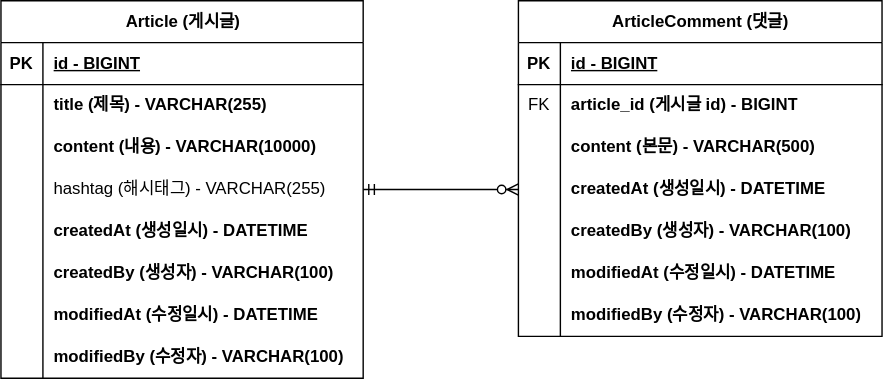
The draw.io diagram document/project-board-erd.svg in Hwangseoeun/fastcampus-project-board, before a commit. Source tidied: cells renumbered, new cells last; positions are measured from the earlier drawing's top-left corner, leaving out a move shared by most shapes.
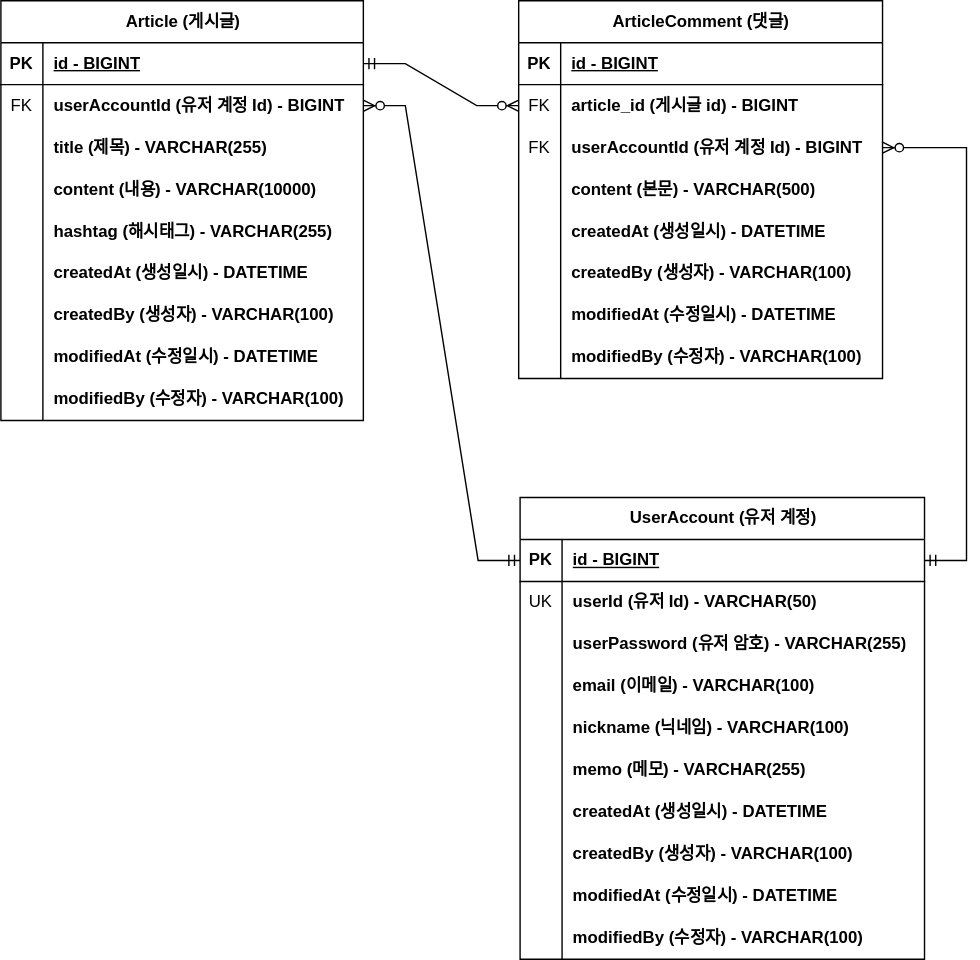
After the commit.

Commit message:
project-board-erd.svg 도메인 수정

Change to the diagram source:
```diff
@@ -3,7 +3,7 @@
     <mxCell id="0" />
     <mxCell id="1" parent="0" />
     <mxCell id="2" value="Article (게시글)" style="shape=table;startSize=30;rowLines=0;fontStyle=1;align=center;html=1;" parent="1" vertex="1">
-      <mxGeometry width="259" height="270" as="geometry" />
+      <mxGeometry width="259" height="300" as="geometry" />
     </mxCell>
     <mxCell id="3" style="shape=tableRow;horizontal=0;startSize=0;swimlaneHead=0;swimlaneBody=0;fillColor=none;points=[[0,0.5],[1,0.5]];portConstraint=eastwest;top=0;left=0;right=0;bottom=1;" parent="2" vertex="1">
       <mxGeometry y="30" width="259" height="30" as="geometry" />
@@ -14,8 +14,17 @@
     <mxCell id="5" value="id - BIGINT" style="shape=partialRectangle;fillColor=none;top=0;left=0;bottom=0;right=0;align=left;spacingLeft=6;fontStyle=5;overflow=hidden;whiteSpace=wrap;html=1;" parent="3" vertex="1">
       <mxGeometry x="30" width="229" height="30" as="geometry" />
     </mxCell>
+    <mxCell id="50" style="shape=tableRow;horizontal=0;startSize=0;swimlaneHead=0;swimlaneBody=0;fillColor=none;points=[[0,0.5],[1,0.5]];portConstraint=eastwest;top=0;left=0;right=0;bottom=0;" parent="2" vertex="1">
+      <mxGeometry y="60" width="259" height="30" as="geometry" />
+    </mxCell>
+    <mxCell id="51" value="FK" style="shape=partialRectangle;fillColor=none;top=0;left=0;bottom=0;right=0;overflow=hidden;whiteSpace=wrap;html=1;" parent="50" vertex="1">
+      <mxGeometry width="30" height="30" as="geometry" />
+    </mxCell>
+    <mxCell id="52" value="userAccountId (유저 계정 Id) - BIGINT" style="shape=partialRectangle;fillColor=none;top=0;left=0;bottom=0;right=0;align=left;spacingLeft=6;overflow=hidden;whiteSpace=wrap;html=1;fontStyle=1;" parent="50" vertex="1">
+      <mxGeometry x="30" width="229" height="30" as="geometry" />
+    </mxCell>
     <mxCell id="6" style="shape=tableRow;horizontal=0;startSize=0;swimlaneHead=0;swimlaneBody=0;fillColor=none;top=0;left=0;right=0;bottom=0;" parent="2" vertex="1">
-      <mxGeometry y="60" width="259" height="30" as="geometry" />
+      <mxGeometry y="90" width="259" height="30" as="geometry" />
     </mxCell>
     <mxCell id="7" style="shape=partialRectangle;fillColor=none;top=0;left=0;bottom=0;right=0;overflow=hidden;whiteSpace=wrap;html=1;" parent="6" vertex="1">
       <mxGeometry width="30" height="30" as="geometry" />
@@ -24,7 +33,7 @@
       <mxGeometry x="30" width="229" height="30" as="geometry" />
     </mxCell>
     <mxCell id="9" style="shape=tableRow;horizontal=0;startSize=0;swimlaneHead=0;swimlaneBody=0;fillColor=none;top=0;left=0;right=0;bottom=0;" parent="2" vertex="1">
-      <mxGeometry y="90" width="259" height="30" as="geometry" />
+      <mxGeometry y="120" width="259" height="30" as="geometry" />
     </mxCell>
     <mxCell id="10" style="shape=partialRectangle;fillColor=none;top=0;left=0;bottom=0;right=0;overflow=hidden;whiteSpace=wrap;html=1;" parent="9" vertex="1">
       <mxGeometry width="30" height="30" as="geometry" />
@@ -33,16 +42,16 @@
       <mxGeometry x="30" width="229" height="30" as="geometry" />
     </mxCell>
     <mxCell id="12" style="shape=tableRow;horizontal=0;startSize=0;swimlaneHead=0;swimlaneBody=0;fillColor=none;points=[[0,0.5],[1,0.5]];portConstraint=eastwest;top=0;left=0;right=0;bottom=0;" parent="2" vertex="1">
-      <mxGeometry y="120" width="259" height="30" as="geometry" />
+      <mxGeometry y="150" width="259" height="30" as="geometry" />
     </mxCell>
     <mxCell id="13" style="shape=partialRectangle;fillColor=none;top=0;left=0;bottom=0;right=0;overflow=hidden;whiteSpace=wrap;html=1;" parent="12" vertex="1">
       <mxGeometry width="30" height="30" as="geometry" />
     </mxCell>
-    <mxCell id="14" value="hashtag (해시태그) - VARCHAR(255)" style="shape=partialRectangle;fillColor=none;top=0;left=0;bottom=0;right=0;align=left;spacingLeft=6;overflow=hidden;whiteSpace=wrap;html=1;" parent="12" vertex="1">
+    <mxCell id="14" value="&lt;b&gt;hashtag (해시태그) - VARCHAR(255)&lt;/b&gt;" style="shape=partialRectangle;fillColor=none;top=0;left=0;bottom=0;right=0;align=left;spacingLeft=6;overflow=hidden;whiteSpace=wrap;html=1;" parent="12" vertex="1">
       <mxGeometry x="30" width="229" height="30" as="geometry" />
     </mxCell>
     <mxCell id="15" style="shape=tableRow;horizontal=0;startSize=0;swimlaneHead=0;swimlaneBody=0;fillColor=none;top=0;left=0;right=0;bottom=0;" parent="2" vertex="1">
-      <mxGeometry y="150" width="259" height="30" as="geometry" />
+      <mxGeometry y="180" width="259" height="30" as="geometry" />
     </mxCell>
     <mxCell id="16" style="shape=partialRectangle;fillColor=none;top=0;left=0;bottom=0;right=0;overflow=hidden;whiteSpace=wrap;html=1;" parent="15" vertex="1">
       <mxGeometry width="30" height="30" as="geometry" />
@@ -51,7 +60,7 @@
       <mxGeometry x="30" width="229" height="30" as="geometry" />
     </mxCell>
     <mxCell id="18" style="shape=tableRow;horizontal=0;startSize=0;swimlaneHead=0;swimlaneBody=0;fillColor=none;top=0;left=0;right=0;bottom=0;" parent="2" vertex="1">
-      <mxGeometry y="180" width="259" height="30" as="geometry" />
+      <mxGeometry y="210" width="259" height="30" as="geometry" />
     </mxCell>
     <mxCell id="19" style="shape=partialRectangle;fillColor=none;top=0;left=0;bottom=0;right=0;overflow=hidden;whiteSpace=wrap;html=1;" parent="18" vertex="1">
       <mxGeometry width="30" height="30" as="geometry" />
@@ -60,7 +69,7 @@
       <mxGeometry x="30" width="229" height="30" as="geometry" />
     </mxCell>
     <mxCell id="21" style="shape=tableRow;horizontal=0;startSize=0;swimlaneHead=0;swimlaneBody=0;fillColor=none;top=0;left=0;right=0;bottom=0;" parent="2" vertex="1">
-      <mxGeometry y="210" width="259" height="30" as="geometry" />
+      <mxGeometry y="240" width="259" height="30" as="geometry" />
     </mxCell>
     <mxCell id="22" style="shape=partialRectangle;fillColor=none;top=0;left=0;bottom=0;right=0;overflow=hidden;whiteSpace=wrap;html=1;" parent="21" vertex="1">
       <mxGeometry width="30" height="30" as="geometry" />
@@ -69,7 +78,7 @@
       <mxGeometry x="30" width="229" height="30" as="geometry" />
     </mxCell>
     <mxCell id="24" style="shape=tableRow;horizontal=0;startSize=0;swimlaneHead=0;swimlaneBody=0;fillColor=none;top=0;left=0;right=0;bottom=0;" parent="2" vertex="1">
-      <mxGeometry y="240" width="259" height="30" as="geometry" />
+      <mxGeometry y="270" width="259" height="30" as="geometry" />
     </mxCell>
     <mxCell id="25" style="shape=partialRectangle;fillColor=none;top=0;left=0;bottom=0;right=0;overflow=hidden;whiteSpace=wrap;html=1;" parent="24" vertex="1">
       <mxGeometry width="30" height="30" as="geometry" />
@@ -78,7 +87,7 @@
       <mxGeometry x="30" width="229" height="30" as="geometry" />
     </mxCell>
     <mxCell id="27" value="ArticleComment (댓글)" style="shape=table;startSize=30;rowLines=0;fontStyle=1;align=center;html=1;" parent="1" vertex="1">
-      <mxGeometry x="370" width="260" height="240" as="geometry" />
+      <mxGeometry x="370" width="260" height="270" as="geometry" />
     </mxCell>
     <mxCell id="28" style="shape=tableRow;horizontal=0;startSize=0;swimlaneHead=0;swimlaneBody=0;fillColor=none;top=0;left=0;right=0;bottom=1;" parent="27" vertex="1">
       <mxGeometry y="30" width="260" height="30" as="geometry" />
@@ -98,8 +107,17 @@
     <mxCell id="33" value="article_id (게시글 id) - BIGINT" style="shape=partialRectangle;fillColor=none;top=0;left=0;bottom=0;right=0;align=left;spacingLeft=6;overflow=hidden;whiteSpace=wrap;html=1;fontStyle=1;" parent="31" vertex="1">
       <mxGeometry x="30" width="230" height="30" as="geometry" />
     </mxCell>
+    <mxCell id="53" style="shape=tableRow;horizontal=0;startSize=0;swimlaneHead=0;swimlaneBody=0;fillColor=none;points=[[0,0.5],[1,0.5]];portConstraint=eastwest;top=0;left=0;right=0;bottom=0;" parent="27" vertex="1">
+      <mxGeometry y="90" width="260" height="30" as="geometry" />
+    </mxCell>
+    <mxCell id="54" value="FK" style="shape=partialRectangle;fillColor=none;top=0;left=0;bottom=0;right=0;overflow=hidden;whiteSpace=wrap;html=1;" parent="53" vertex="1">
+      <mxGeometry width="30" height="30" as="geometry" />
+    </mxCell>
+    <mxCell id="55" value="userAccountId (유저 계정 Id) - BIGINT" style="shape=partialRectangle;fillColor=none;top=0;left=0;bottom=0;right=0;align=left;spacingLeft=6;overflow=hidden;whiteSpace=wrap;html=1;fontStyle=1;" parent="53" vertex="1">
+      <mxGeometry x="30" width="230" height="30" as="geometry" />
+    </mxCell>
     <mxCell id="34" style="shape=tableRow;horizontal=0;startSize=0;swimlaneHead=0;swimlaneBody=0;fillColor=none;top=0;left=0;right=0;bottom=0;" parent="27" vertex="1">
-      <mxGeometry y="90" width="260" height="30" as="geometry" />
+      <mxGeometry y="120" width="260" height="30" as="geometry" />
     </mxCell>
     <mxCell id="35" style="shape=partialRectangle;fillColor=none;top=0;left=0;bottom=0;right=0;overflow=hidden;whiteSpace=wrap;html=1;" parent="34" vertex="1">
       <mxGeometry width="30" height="30" as="geometry" />
@@ -108,7 +126,7 @@
       <mxGeometry x="30" width="230" height="30" as="geometry" />
     </mxCell>
     <mxCell id="37" style="shape=tableRow;horizontal=0;startSize=0;swimlaneHead=0;swimlaneBody=0;fillColor=none;points=[[0,0.5],[1,0.5]];portConstraint=eastwest;top=0;left=0;right=0;bottom=0;" parent="27" vertex="1">
-      <mxGeometry y="120" width="260" height="30" as="geometry" />
+      <mxGeometry y="150" width="260" height="30" as="geometry" />
     </mxCell>
     <mxCell id="38" style="shape=partialRectangle;fillColor=none;top=0;left=0;bottom=0;right=0;overflow=hidden;whiteSpace=wrap;html=1;" parent="37" vertex="1">
       <mxGeometry width="30" height="30" as="geometry" />
@@ -117,7 +135,7 @@
       <mxGeometry x="30" width="230" height="30" as="geometry" />
     </mxCell>
     <mxCell id="40" style="shape=tableRow;horizontal=0;startSize=0;swimlaneHead=0;swimlaneBody=0;fillColor=none;top=0;left=0;right=0;bottom=0;" parent="27" vertex="1">
-      <mxGeometry y="150" width="260" height="30" as="geometry" />
+      <mxGeometry y="180" width="260" height="30" as="geometry" />
     </mxCell>
     <mxCell id="41" style="shape=partialRectangle;fillColor=none;top=0;left=0;bottom=0;right=0;overflow=hidden;whiteSpace=wrap;html=1;" parent="40" vertex="1">
       <mxGeometry width="30" height="30" as="geometry" />
@@ -126,7 +144,7 @@
       <mxGeometry x="30" width="230" height="30" as="geometry" />
     </mxCell>
     <mxCell id="43" style="shape=tableRow;horizontal=0;startSize=0;swimlaneHead=0;swimlaneBody=0;fillColor=none;top=0;left=0;right=0;bottom=0;" parent="27" vertex="1">
-      <mxGeometry y="180" width="260" height="30" as="geometry" />
+      <mxGeometry y="210" width="260" height="30" as="geometry" />
     </mxCell>
     <mxCell id="44" style="shape=partialRectangle;fillColor=none;top=0;left=0;bottom=0;right=0;overflow=hidden;whiteSpace=wrap;html=1;" parent="43" vertex="1">
       <mxGeometry width="30" height="30" as="geometry" />
@@ -135,7 +153,7 @@
       <mxGeometry x="30" width="230" height="30" as="geometry" />
     </mxCell>
     <mxCell id="46" style="shape=tableRow;horizontal=0;startSize=0;swimlaneHead=0;swimlaneBody=0;fillColor=none;top=0;left=0;right=0;bottom=0;" parent="27" vertex="1">
-      <mxGeometry y="210" width="260" height="30" as="geometry" />
+      <mxGeometry y="240" width="260" height="30" as="geometry" />
     </mxCell>
     <mxCell id="47" style="shape=partialRectangle;fillColor=none;top=0;left=0;bottom=0;right=0;overflow=hidden;whiteSpace=wrap;html=1;" parent="46" vertex="1">
       <mxGeometry width="30" height="30" as="geometry" />
@@ -143,8 +161,111 @@
     <mxCell id="48" value="modifiedBy (수정자) - VARCHAR(100)" style="shape=partialRectangle;fillColor=none;top=0;left=0;bottom=0;right=0;align=left;spacingLeft=6;overflow=hidden;whiteSpace=wrap;html=1;fontStyle=1;" parent="46" vertex="1">
       <mxGeometry x="30" width="230" height="30" as="geometry" />
     </mxCell>
-    <mxCell id="49" style="edgeStyle=entityRelationEdgeStyle;fontSize=12;html=1;endArrow=ERzeroToMany;startArrow=ERmandOne;rounded=0;exitX=1;exitY=0.5;exitDx=0;exitDy=0;" parent="1" edge="1" source="12" target="37">
-      <mxGeometry relative="1" as="geometry" />
+    <mxCell id="49" style="edgeStyle=entityRelationEdgeStyle;fontSize=12;html=1;endArrow=ERzeroToMany;startArrow=ERmandOne;rounded=0;" parent="1" edge="1" source="3" target="31">
+      <mxGeometry relative="1" as="geometry">
+        <Array as="points">
+          <mxPoint x="390" y="70" />
+        </Array>
+      </mxGeometry>
     </mxCell>
+    <mxCell id="56" value="UserAccount (유저 계정)" style="shape=table;startSize=30;rowLines=0;fontStyle=1;align=center;html=1;" parent="1" vertex="1">
+      <mxGeometry x="371" y="355" width="289" height="330" as="geometry" />
+    </mxCell>
+    <mxCell id="57" style="shape=tableRow;horizontal=0;startSize=0;swimlaneHead=0;swimlaneBody=0;fillColor=none;points=[[0,0.5],[1,0.5]];portConstraint=eastwest;top=0;left=0;right=0;bottom=1;" parent="56" vertex="1">
+      <mxGeometry y="30" width="289" height="30" as="geometry" />
+    </mxCell>
+    <mxCell id="58" value="PK" style="shape=partialRectangle;fillColor=none;top=0;left=0;bottom=0;right=0;fontStyle=1;overflow=hidden;whiteSpace=wrap;html=1;" parent="57" vertex="1">
+      <mxGeometry width="30" height="30" as="geometry" />
+    </mxCell>
+    <mxCell id="59" value="id - BIGINT" style="shape=partialRectangle;fillColor=none;top=0;left=0;bottom=0;right=0;align=left;spacingLeft=6;fontStyle=5;overflow=hidden;whiteSpace=wrap;html=1;" parent="57" vertex="1">
+      <mxGeometry x="30" width="259" height="30" as="geometry" />
+    </mxCell>
+    <mxCell id="60" style="shape=tableRow;horizontal=0;startSize=0;swimlaneHead=0;swimlaneBody=0;fillColor=none;top=0;left=0;right=0;bottom=0;" parent="56" vertex="1">
+      <mxGeometry y="60" width="289" height="30" as="geometry" />
+    </mxCell>
+    <mxCell id="61" value="UK" style="shape=partialRectangle;fillColor=none;top=0;left=0;bottom=0;right=0;overflow=hidden;whiteSpace=wrap;html=1;" parent="60" vertex="1">
+      <mxGeometry width="30" height="30" as="geometry" />
+    </mxCell>
+    <mxCell id="62" value="userId (유저 Id) - VARCHAR(50)" style="shape=partialRectangle;fillColor=none;top=0;left=0;bottom=0;right=0;align=left;spacingLeft=6;overflow=hidden;whiteSpace=wrap;html=1;fontStyle=1;" parent="60" vertex="1">
+      <mxGeometry x="30" width="259" height="30" as="geometry" />
+    </mxCell>
+    <mxCell id="63" style="shape=tableRow;horizontal=0;startSize=0;swimlaneHead=0;swimlaneBody=0;fillColor=none;top=0;left=0;right=0;bottom=0;" parent="56" vertex="1">
+      <mxGeometry y="90" width="289" height="30" as="geometry" />
+    </mxCell>
+    <mxCell id="64" style="shape=partialRectangle;fillColor=none;top=0;left=0;bottom=0;right=0;overflow=hidden;whiteSpace=wrap;html=1;" parent="63" vertex="1">
+      <mxGeometry width="30" height="30" as="geometry" />
+    </mxCell>
+    <mxCell id="65" value="userPassword (유저 암호) - VARCHAR(255)" style="shape=partialRectangle;fillColor=none;top=0;left=0;bottom=0;right=0;align=left;spacingLeft=6;overflow=hidden;whiteSpace=wrap;html=1;fontStyle=1;" parent="63" vertex="1">
+      <mxGeometry x="30" width="259" height="30" as="geometry" />
+    </mxCell>
+    <mxCell id="66" style="shape=tableRow;horizontal=0;startSize=0;swimlaneHead=0;swimlaneBody=0;fillColor=none;top=0;left=0;right=0;bottom=0;" parent="56" vertex="1">
+      <mxGeometry y="120" width="289" height="30" as="geometry" />
+    </mxCell>
+    <mxCell id="67" style="shape=partialRectangle;fillColor=none;top=0;left=0;bottom=0;right=0;overflow=hidden;whiteSpace=wrap;html=1;" parent="66" vertex="1">
+      <mxGeometry width="30" height="30" as="geometry" />
+    </mxCell>
+    <mxCell id="68" value="email (이메일) - VARCHAR(100)" style="shape=partialRectangle;fillColor=none;top=0;left=0;bottom=0;right=0;align=left;spacingLeft=6;overflow=hidden;whiteSpace=wrap;html=1;fontStyle=1;" parent="66" vertex="1">
+      <mxGeometry x="30" width="259" height="30" as="geometry" />
+    </mxCell>
+    <mxCell id="69" style="shape=tableRow;horizontal=0;startSize=0;swimlaneHead=0;swimlaneBody=0;fillColor=none;top=0;left=0;right=0;bottom=0;" parent="56" vertex="1">
+      <mxGeometry y="150" width="289" height="30" as="geometry" />
+    </mxCell>
+    <mxCell id="70" style="shape=partialRectangle;fillColor=none;top=0;left=0;bottom=0;right=0;overflow=hidden;whiteSpace=wrap;html=1;" parent="69" vertex="1">
+      <mxGeometry width="30" height="30" as="geometry" />
+    </mxCell>
+    <mxCell id="71" value="nickname (닉네임) - VARCHAR(100)" style="shape=partialRectangle;fillColor=none;top=0;left=0;bottom=0;right=0;align=left;spacingLeft=6;overflow=hidden;whiteSpace=wrap;html=1;fontStyle=1;" parent="69" vertex="1">
+      <mxGeometry x="30" width="259" height="30" as="geometry" />
+    </mxCell>
+    <mxCell id="72" style="shape=tableRow;horizontal=0;startSize=0;swimlaneHead=0;swimlaneBody=0;fillColor=none;top=0;left=0;right=0;bottom=0;" parent="56" vertex="1">
+      <mxGeometry y="180" width="289" height="30" as="geometry" />
+    </mxCell>
+    <mxCell id="73" style="shape=partialRectangle;fillColor=none;top=0;left=0;bottom=0;right=0;overflow=hidden;whiteSpace=wrap;html=1;" parent="72" vertex="1">
+      <mxGeometry width="30" height="30" as="geometry" />
+    </mxCell>
+    <mxCell id="74" value="&lt;b&gt;memo (메모) - VARCHAR(255)&lt;/b&gt;" style="shape=partialRectangle;fillColor=none;top=0;left=0;bottom=0;right=0;align=left;spacingLeft=6;overflow=hidden;whiteSpace=wrap;html=1;" parent="72" vertex="1">
+      <mxGeometry x="30" width="259" height="30" as="geometry" />
+    </mxCell>
+    <mxCell id="75" style="shape=tableRow;horizontal=0;startSize=0;swimlaneHead=0;swimlaneBody=0;fillColor=none;top=0;left=0;right=0;bottom=0;" parent="56" vertex="1">
+      <mxGeometry y="210" width="289" height="30" as="geometry" />
+    </mxCell>
+    <mxCell id="76" style="shape=partialRectangle;fillColor=none;top=0;left=0;bottom=0;right=0;overflow=hidden;whiteSpace=wrap;html=1;" parent="75" vertex="1">
+      <mxGeometry width="30" height="30" as="geometry" />
+    </mxCell>
+    <mxCell id="77" value="createdAt (생성일시) - DATETIME" style="shape=partialRectangle;fillColor=none;top=0;left=0;bottom=0;right=0;align=left;spacingLeft=6;overflow=hidden;whiteSpace=wrap;html=1;fontStyle=1;" parent="75" vertex="1">
+      <mxGeometry x="30" width="259" height="30" as="geometry" />
+    </mxCell>
+    <mxCell id="78" style="shape=tableRow;horizontal=0;startSize=0;swimlaneHead=0;swimlaneBody=0;fillColor=none;top=0;left=0;right=0;bottom=0;" parent="56" vertex="1">
+      <mxGeometry y="240" width="289" height="30" as="geometry" />
+    </mxCell>
+    <mxCell id="79" style="shape=partialRectangle;fillColor=none;top=0;left=0;bottom=0;right=0;overflow=hidden;whiteSpace=wrap;html=1;" parent="78" vertex="1">
+      <mxGeometry width="30" height="30" as="geometry" />
+    </mxCell>
+    <mxCell id="80" value="createdBy (생성자) - VARCHAR(100)" style="shape=partialRectangle;fillColor=none;top=0;left=0;bottom=0;right=0;align=left;spacingLeft=6;overflow=hidden;whiteSpace=wrap;html=1;fontStyle=1;" parent="78" vertex="1">
+      <mxGeometry x="30" width="259" height="30" as="geometry" />
+    </mxCell>
+    <mxCell id="81" style="shape=tableRow;horizontal=0;startSize=0;swimlaneHead=0;swimlaneBody=0;fillColor=none;top=0;left=0;right=0;bottom=0;" parent="56" vertex="1">
+      <mxGeometry y="270" width="289" height="30" as="geometry" />
+    </mxCell>
+    <mxCell id="82" style="shape=partialRectangle;fillColor=none;top=0;left=0;bottom=0;right=0;overflow=hidden;whiteSpace=wrap;html=1;" parent="81" vertex="1">
+      <mxGeometry width="30" height="30" as="geometry" />
+    </mxCell>
+    <mxCell id="83" value="modifiedAt (수정일시) - DATETIME" style="shape=partialRectangle;fillColor=none;top=0;left=0;bottom=0;right=0;align=left;spacingLeft=6;overflow=hidden;whiteSpace=wrap;html=1;fontStyle=1;" parent="81" vertex="1">
+      <mxGeometry x="30" width="259" height="30" as="geometry" />
+    </mxCell>
+    <mxCell id="84" style="shape=tableRow;horizontal=0;startSize=0;swimlaneHead=0;swimlaneBody=0;fillColor=none;top=0;left=0;right=0;bottom=0;" parent="56" vertex="1">
+      <mxGeometry y="300" width="289" height="30" as="geometry" />
+    </mxCell>
+    <mxCell id="85" style="shape=partialRectangle;fillColor=none;top=0;left=0;bottom=0;right=0;overflow=hidden;whiteSpace=wrap;html=1;" parent="84" vertex="1">
+      <mxGeometry width="30" height="30" as="geometry" />
+    </mxCell>
+    <mxCell id="86" value="modifiedBy (수정자) - VARCHAR(100)" style="shape=partialRectangle;fillColor=none;top=0;left=0;bottom=0;right=0;align=left;spacingLeft=6;overflow=hidden;whiteSpace=wrap;html=1;fontStyle=1;" parent="84" vertex="1">
+      <mxGeometry x="30" width="259" height="30" as="geometry" />
+    </mxCell>
+    <mxCell id="87" style="edgeStyle=entityRelationEdgeStyle;fontSize=12;html=1;endArrow=ERzeroToMany;startArrow=ERmandOne;rounded=0;" parent="1" edge="1" source="57" target="53">
+      <mxGeometry relative="1" as="geometry" />
+    </mxCell>
+    <mxCell id="88" style="edgeStyle=entityRelationEdgeStyle;fontSize=12;html=1;endArrow=ERzeroToMany;startArrow=ERmandOne;rounded=0;" parent="1" edge="1" source="57" target="50">
+      <mxGeometry relative="1" as="geometry" />
+    </mxCell>
   </root>
 </mxGraphModel>
```
